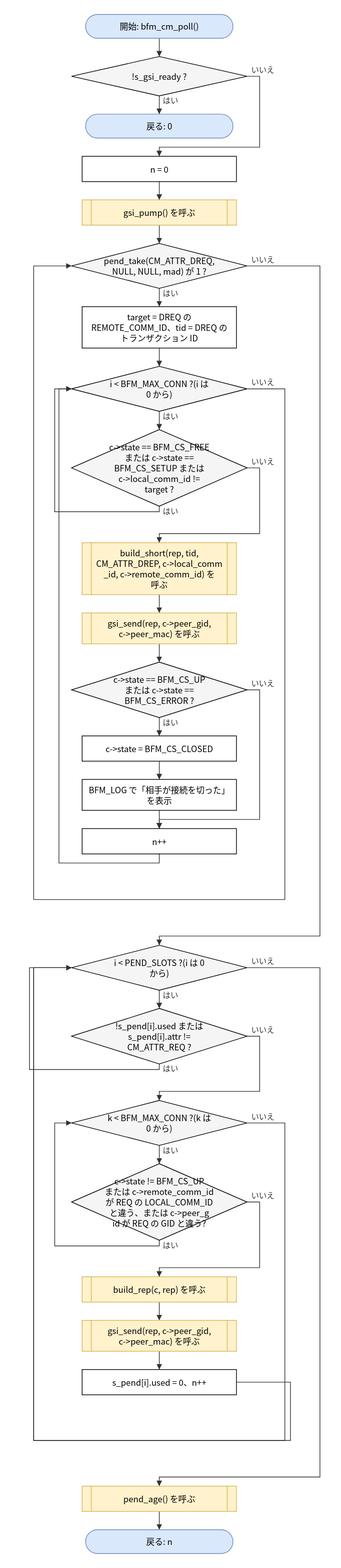
Before: doc/spec/images/flow_src_bfm_cm__bfm_cm_poll.drawio.svg, a diagram exported from draw.io (hf355051012-ai/bfmem). Source tidied: cells renumbered, new cells last; positions are measured from the earlier drawing's top-left corner, leaving out a move shared by most shapes.
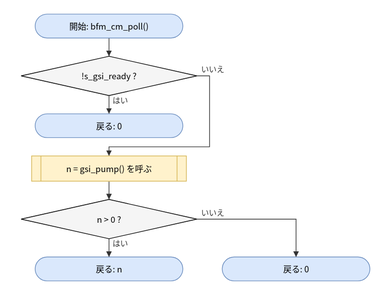
After the commit.

Change to the diagram source:
```diff
@@ -11,69 +11,18 @@
     <mxCell id="4" value="戻る: 0" style="rounded=1;arcSize=50;whiteSpace=wrap;html=1;fillColor=#dae8fc;strokeColor=#6c8ebf;" parent="1" vertex="1">
       <mxGeometry x="80" y="142" width="210" height="34" as="geometry" />
     </mxCell>
-    <mxCell id="5" value="n = 0" style="rounded=0;whiteSpace=wrap;html=1;" parent="1" vertex="1">
+    <mxCell id="5" value="n = gsi_pump() を呼ぶ" style="shape=process;whiteSpace=wrap;html=1;backgroundOutline=1;size=0.06;fillColor=#fff2cc;strokeColor=#d6b656;" parent="1" vertex="1">
       <mxGeometry x="75" y="202" width="220" height="36" as="geometry" />
     </mxCell>
-    <mxCell id="6" value="gsi_pump() を呼ぶ" style="shape=process;whiteSpace=wrap;html=1;backgroundOutline=1;size=0.06;fillColor=#fff2cc;strokeColor=#d6b656;" parent="1" vertex="1">
-      <mxGeometry x="75" y="264" width="220" height="36" as="geometry" />
+    <mxCell id="6" value="n &amp;gt; 0 ?" style="rhombus;whiteSpace=wrap;html=1;fillColor=#f5f5f5;" parent="1" vertex="1">
+      <mxGeometry x="60" y="264" width="250" height="56" as="geometry" />
     </mxCell>
-    <mxCell id="7" value="pend_take(CM_ATTR_DREQ,&lt;br&gt;NULL, NULL, mad) が 1 ?" style="rhombus;whiteSpace=wrap;html=1;fillColor=#f5f5f5;" parent="1" vertex="1">
-      <mxGeometry x="60" y="326" width="250" height="64" as="geometry" />
+    <mxCell id="7" value="戻る: n" style="rounded=1;arcSize=50;whiteSpace=wrap;html=1;fillColor=#dae8fc;strokeColor=#6c8ebf;" parent="1" vertex="1">
+      <mxGeometry x="80" y="346" width="210" height="34" as="geometry" />
     </mxCell>
-    <mxCell id="8" value="target = DREQ の&lt;br&gt;REMOTE_COMM_ID、tid = DREQ の&lt;br&gt;トランザクション ID" style="rounded=0;whiteSpace=wrap;html=1;" parent="1" vertex="1">
-      <mxGeometry x="75" y="416" width="220" height="59" as="geometry" />
+    <mxCell id="8" value="戻る: 0" style="rounded=1;arcSize=50;whiteSpace=wrap;html=1;fillColor=#dae8fc;strokeColor=#6c8ebf;" parent="1" vertex="1">
+      <mxGeometry x="346" y="346" width="210" height="34" as="geometry" />
     </mxCell>
-    <mxCell id="9" value="i &amp;lt; BFM_MAX_CONN ?(i は&lt;br&gt;0 から)" style="rhombus;whiteSpace=wrap;html=1;fillColor=#f5f5f5;" parent="1" vertex="1">
-      <mxGeometry x="60" y="501" width="250" height="64" as="geometry" />
-    </mxCell>
-    <mxCell id="10" value="c-&amp;gt;state == BFM_CS_FREE&lt;br&gt;または c-&amp;gt;state ==&lt;br&gt;BFM_CS_SETUP または&lt;br&gt;c-&amp;gt;local_comm_id !=&lt;br&gt;target ?" style="rhombus;whiteSpace=wrap;html=1;fillColor=#f5f5f5;" parent="1" vertex="1">
-      <mxGeometry x="60" y="591" width="250" height="109" as="geometry" />
-    </mxCell>
-    <mxCell id="11" value="build_short(rep, tid,&lt;br&gt;CM_ATTR_DREP, c-&amp;gt;local_comm&lt;br&gt;_id, c-&amp;gt;remote_comm_id) を&lt;br&gt;呼ぶ" style="shape=process;whiteSpace=wrap;html=1;backgroundOutline=1;size=0.06;fillColor=#fff2cc;strokeColor=#d6b656;" parent="1" vertex="1">
-      <mxGeometry x="75" y="752" width="220" height="74" as="geometry" />
-    </mxCell>
-    <mxCell id="12" value="gsi_send(rep, c-&amp;gt;peer_gid,&lt;br&gt;c-&amp;gt;peer_mac) を呼ぶ" style="shape=process;whiteSpace=wrap;html=1;backgroundOutline=1;size=0.06;fillColor=#fff2cc;strokeColor=#d6b656;" parent="1" vertex="1">
-      <mxGeometry x="75" y="852" width="220" height="44" as="geometry" />
-    </mxCell>
-    <mxCell id="13" value="c-&amp;gt;state == BFM_CS_UP&lt;br&gt;または c-&amp;gt;state ==&lt;br&gt;BFM_CS_ERROR ?" style="rhombus;whiteSpace=wrap;html=1;fillColor=#f5f5f5;" parent="1" vertex="1">
-      <mxGeometry x="60" y="922" width="250" height="79" as="geometry" />
-    </mxCell>
-    <mxCell id="14" value="c-&amp;gt;state = BFM_CS_CLOSED" style="rounded=0;whiteSpace=wrap;html=1;" parent="1" vertex="1">
-      <mxGeometry x="75" y="1027" width="220" height="36" as="geometry" />
-    </mxCell>
-    <mxCell id="15" value="BFM_LOG で「相手が接続を切った」&lt;br&gt;を表示" style="rounded=0;whiteSpace=wrap;html=1;" parent="1" vertex="1">
-      <mxGeometry x="75" y="1089" width="220" height="44" as="geometry" />
-    </mxCell>
-    <mxCell id="16" value="n++" style="rounded=0;whiteSpace=wrap;html=1;" parent="1" vertex="1">
-      <mxGeometry x="75" y="1159" width="220" height="36" as="geometry" />
-    </mxCell>
-    <mxCell id="17" value="i &amp;lt; PEND_SLOTS ?(i は 0&lt;br&gt;から)" style="rhombus;whiteSpace=wrap;html=1;fillColor=#f5f5f5;" parent="1" vertex="1">
-      <mxGeometry x="60" y="1325" width="250" height="64" as="geometry" />
-    </mxCell>
-    <mxCell id="18" value="!s_pend[i].used または&lt;br&gt;s_pend[i].attr !=&lt;br&gt;CM_ATTR_REQ ?" style="rhombus;whiteSpace=wrap;html=1;fillColor=#f5f5f5;" parent="1" vertex="1">
-      <mxGeometry x="60" y="1415" width="250" height="79" as="geometry" />
-    </mxCell>
-    <mxCell id="19" value="k &amp;lt; BFM_MAX_CONN ?(k は&lt;br&gt;0 から)" style="rhombus;whiteSpace=wrap;html=1;fillColor=#f5f5f5;" parent="1" vertex="1">
-      <mxGeometry x="60" y="1546" width="250" height="64" as="geometry" />
-    </mxCell>
-    <mxCell id="20" value="c-&amp;gt;state != BFM_CS_UP&lt;br&gt;または c-&amp;gt;remote_comm_id&lt;br&gt;が REQ の LOCAL_COMM_ID&lt;br&gt;と違う、または c-&amp;gt;peer_g&lt;br&gt;id が REQ の GID と違う?" style="rhombus;whiteSpace=wrap;html=1;fillColor=#f5f5f5;" parent="1" vertex="1">
-      <mxGeometry x="60" y="1636" width="250" height="109" as="geometry" />
-    </mxCell>
-    <mxCell id="21" value="build_rep(c, rep) を呼ぶ" style="shape=process;whiteSpace=wrap;html=1;backgroundOutline=1;size=0.06;fillColor=#fff2cc;strokeColor=#d6b656;" parent="1" vertex="1">
-      <mxGeometry x="75" y="1797" width="220" height="36" as="geometry" />
-    </mxCell>
-    <mxCell id="22" value="gsi_send(rep, c-&amp;gt;peer_gid,&lt;br&gt;c-&amp;gt;peer_mac) を呼ぶ" style="shape=process;whiteSpace=wrap;html=1;backgroundOutline=1;size=0.06;fillColor=#fff2cc;strokeColor=#d6b656;" parent="1" vertex="1">
-      <mxGeometry x="75" y="1859" width="220" height="44" as="geometry" />
-    </mxCell>
-    <mxCell id="23" value="s_pend[i].used = 0、n++" style="rounded=0;whiteSpace=wrap;html=1;" parent="1" vertex="1">
-      <mxGeometry x="75" y="1929" width="220" height="36" as="geometry" />
-    </mxCell>
-    <mxCell id="24" value="pend_age() を呼ぶ" style="shape=process;whiteSpace=wrap;html=1;backgroundOutline=1;size=0.06;fillColor=#fff2cc;strokeColor=#d6b656;" parent="1" vertex="1">
-      <mxGeometry x="75" y="2095" width="220" height="36" as="geometry" />
-    </mxCell>
-    <mxCell id="25" value="戻る: n" style="rounded=1;arcSize=50;whiteSpace=wrap;html=1;fillColor=#dae8fc;strokeColor=#6c8ebf;" parent="1" vertex="1">
-      <mxGeometry x="80" y="2157" width="210" height="34" as="geometry" />
-    </mxCell>
     <mxCell id="26" style="edgeStyle=none;html=1;rounded=0;endArrow=block;endFill=1;exitX=0.5000;exitY=1.0000;exitDx=0;exitDy=0;exitPerimeter=0;entryX=0.5000;entryY=0.0000;entryDx=0;entryDy=0;entryPerimeter=0;" parent="1" edge="1" source="2" target="3">
       <mxGeometry relative="1" as="geometry" />
     </mxCell>
@@ -92,167 +41,15 @@
     <mxCell id="29" style="edgeStyle=none;html=1;rounded=0;endArrow=block;endFill=1;exitX=0.5000;exitY=1.0000;exitDx=0;exitDy=0;exitPerimeter=0;entryX=0.5000;entryY=0.0000;entryDx=0;entryDy=0;entryPerimeter=0;" parent="1" edge="1" source="5" target="6">
       <mxGeometry relative="1" as="geometry" />
     </mxCell>
-    <mxCell id="30" style="edgeStyle=none;html=1;rounded=0;endArrow=block;endFill=1;exitX=0.5000;exitY=1.0000;exitDx=0;exitDy=0;exitPerimeter=0;entryX=0.5000;entryY=0.0000;entryDx=0;entryDy=0;entryPerimeter=0;" parent="1" edge="1" source="6" target="7">
+    <mxCell id="30" value="はい" style="edgeStyle=none;html=1;rounded=0;endArrow=block;endFill=1;exitX=0.5000;exitY=1.0000;exitDx=0;exitDy=0;exitPerimeter=0;entryX=0.5000;entryY=0.0000;entryDx=0;entryDy=0;entryPerimeter=0;" parent="1" edge="1" source="6" target="7">
       <mxGeometry relative="1" as="geometry" />
     </mxCell>
-    <mxCell id="31" value="はい" style="edgeStyle=none;html=1;rounded=0;endArrow=block;endFill=1;exitX=0.5000;exitY=1.0000;exitDx=0;exitDy=0;exitPerimeter=0;entryX=0.5000;entryY=0.0000;entryDx=0;entryDy=0;entryPerimeter=0;" parent="1" edge="1" source="7" target="8">
-      <mxGeometry relative="1" as="geometry" />
+    <mxCell id="31" value="いいえ" style="edgeStyle=none;html=1;rounded=0;endArrow=block;endFill=1;exitX=1.0000;exitY=0.5000;exitDx=0;exitDy=0;exitPerimeter=0;entryX=0.5000;entryY=0.0000;entryDx=0;entryDy=0;entryPerimeter=0;" parent="1" edge="1" source="6" target="8">
+      <mxGeometry relative="1" as="geometry">
+        <Array as="points">
+          <mxPoint x="451" y="292" />
+        </Array>
+      </mxGeometry>
     </mxCell>
-    <mxCell id="32" style="edgeStyle=none;html=1;rounded=0;endArrow=block;endFill=1;exitX=0.5000;exitY=1.0000;exitDx=0;exitDy=0;exitPerimeter=0;entryX=0.5000;entryY=0.0000;entryDx=0;entryDy=0;entryPerimeter=0;" parent="1" edge="1" source="8" target="9">
-      <mxGeometry relative="1" as="geometry" />
-    </mxCell>
-    <mxCell id="33" value="はい" style="edgeStyle=none;html=1;rounded=0;endArrow=block;endFill=1;exitX=0.5000;exitY=1.0000;exitDx=0;exitDy=0;exitPerimeter=0;entryX=0.5000;entryY=0.0000;entryDx=0;entryDy=0;entryPerimeter=0;" parent="1" edge="1" source="9" target="10">
-      <mxGeometry relative="1" as="geometry" />
-    </mxCell>
-    <mxCell id="34" value="いいえ" style="edgeStyle=none;html=1;rounded=0;endArrow=block;endFill=1;exitX=1.0000;exitY=0.5000;exitDx=0;exitDy=0;exitPerimeter=0;entryX=0.5000;entryY=0.0000;entryDx=0;entryDy=0;entryPerimeter=0;" parent="1" edge="1" source="10" target="11">
-      <mxGeometry relative="1" as="geometry">
-        <Array as="points">
-          <mxPoint x="328" y="645.5" />
-          <mxPoint x="328" y="739" />
-          <mxPoint x="185" y="739" />
-        </Array>
-      </mxGeometry>
-    </mxCell>
-    <mxCell id="35" style="edgeStyle=none;html=1;rounded=0;endArrow=block;endFill=1;exitX=0.5000;exitY=1.0000;exitDx=0;exitDy=0;exitPerimeter=0;entryX=0.5000;entryY=0.0000;entryDx=0;entryDy=0;entryPerimeter=0;" parent="1" edge="1" source="11" target="12">
-      <mxGeometry relative="1" as="geometry" />
-    </mxCell>
-    <mxCell id="36" style="edgeStyle=none;html=1;rounded=0;endArrow=block;endFill=1;exitX=0.5000;exitY=1.0000;exitDx=0;exitDy=0;exitPerimeter=0;entryX=0.5000;entryY=0.0000;entryDx=0;entryDy=0;entryPerimeter=0;" parent="1" edge="1" source="12" target="13">
-      <mxGeometry relative="1" as="geometry" />
-    </mxCell>
-    <mxCell id="37" value="はい" style="edgeStyle=none;html=1;rounded=0;endArrow=block;endFill=1;exitX=0.5000;exitY=1.0000;exitDx=0;exitDy=0;exitPerimeter=0;entryX=0.5000;entryY=0.0000;entryDx=0;entryDy=0;entryPerimeter=0;" parent="1" edge="1" source="13" target="14">
-      <mxGeometry relative="1" as="geometry" />
-    </mxCell>
-    <mxCell id="38" style="edgeStyle=none;html=1;rounded=0;endArrow=block;endFill=1;exitX=0.5000;exitY=1.0000;exitDx=0;exitDy=0;exitPerimeter=0;entryX=0.5000;entryY=0.0000;entryDx=0;entryDy=0;entryPerimeter=0;" parent="1" edge="1" source="14" target="15">
-      <mxGeometry relative="1" as="geometry" />
-    </mxCell>
-    <mxCell id="39" style="edgeStyle=none;html=1;rounded=0;endArrow=block;endFill=1;exitX=0.5000;exitY=1.0000;exitDx=0;exitDy=0;exitPerimeter=0;entryX=0.5000;entryY=0.0000;entryDx=0;entryDy=0;entryPerimeter=0;" parent="1" edge="1" source="15" target="16">
-      <mxGeometry relative="1" as="geometry" />
-    </mxCell>
-    <mxCell id="40" value="いいえ" style="edgeStyle=none;html=1;rounded=0;endArrow=block;endFill=1;exitX=1.0000;exitY=0.5000;exitDx=0;exitDy=0;exitPerimeter=0;entryX=0.5000;entryY=0.0000;entryDx=0;entryDy=0;entryPerimeter=0;" parent="1" edge="1" source="13" target="16">
-      <mxGeometry relative="1" as="geometry">
-        <Array as="points">
-          <mxPoint x="328" y="961.5" />
-          <mxPoint x="328" y="1146" />
-          <mxPoint x="185" y="1146" />
-        </Array>
-      </mxGeometry>
-    </mxCell>
-    <mxCell id="41" style="edgeStyle=none;html=1;rounded=0;endArrow=block;endFill=1;exitX=0.5000;exitY=1.0000;exitDx=0;exitDy=0;exitPerimeter=0;entryX=0.0000;entryY=0.5000;entryDx=0;entryDy=0;entryPerimeter=0;" parent="1" edge="1" source="16" target="9">
-      <mxGeometry relative="1" as="geometry">
-        <Array as="points">
-          <mxPoint x="185" y="1208" />
-          <mxPoint x="42" y="1208" />
-          <mxPoint x="42" y="533" />
-        </Array>
-      </mxGeometry>
-    </mxCell>
-    <mxCell id="42" value="はい" style="edgeStyle=none;html=1;rounded=0;endArrow=block;endFill=1;exitX=0.5000;exitY=1.0000;exitDx=0;exitDy=0;exitPerimeter=0;entryX=0.0000;entryY=0.5000;entryDx=0;entryDy=0;entryPerimeter=0;" parent="1" edge="1" source="10" target="9">
-      <mxGeometry relative="1" as="geometry">
-        <Array as="points">
-          <mxPoint x="185" y="708" />
-          <mxPoint x="36" y="708" />
-          <mxPoint x="36" y="533" />
-        </Array>
-      </mxGeometry>
-    </mxCell>
-    <mxCell id="43" value="いいえ" style="edgeStyle=none;html=1;rounded=0;endArrow=block;endFill=1;exitX=1.0000;exitY=0.5000;exitDx=0;exitDy=0;exitPerimeter=0;entryX=0.0000;entryY=0.5000;entryDx=0;entryDy=0;entryPerimeter=0;" parent="1" edge="1" source="9" target="7">
-      <mxGeometry relative="1" as="geometry">
-        <Array as="points">
-          <mxPoint x="364" y="533" />
-          <mxPoint x="364" y="1260" />
-          <mxPoint x="6" y="1260" />
-          <mxPoint x="6" y="358" />
-        </Array>
-      </mxGeometry>
-    </mxCell>
-    <mxCell id="44" value="いいえ" style="edgeStyle=none;html=1;rounded=0;endArrow=block;endFill=1;exitX=1.0000;exitY=0.5000;exitDx=0;exitDy=0;exitPerimeter=0;entryX=0.5000;entryY=0.0000;entryDx=0;entryDy=0;entryPerimeter=0;" parent="1" edge="1" source="7" target="17">
-      <mxGeometry relative="1" as="geometry">
-        <Array as="points">
-          <mxPoint x="414" y="358" />
-          <mxPoint x="414" y="1312" />
-          <mxPoint x="185" y="1312" />
-        </Array>
-      </mxGeometry>
-    </mxCell>
-    <mxCell id="45" value="はい" style="edgeStyle=none;html=1;rounded=0;endArrow=block;endFill=1;exitX=0.5000;exitY=1.0000;exitDx=0;exitDy=0;exitPerimeter=0;entryX=0.5000;entryY=0.0000;entryDx=0;entryDy=0;entryPerimeter=0;" parent="1" edge="1" source="17" target="18">
-      <mxGeometry relative="1" as="geometry" />
-    </mxCell>
-    <mxCell id="46" value="いいえ" style="edgeStyle=none;html=1;rounded=0;endArrow=block;endFill=1;exitX=1.0000;exitY=0.5000;exitDx=0;exitDy=0;exitPerimeter=0;entryX=0.5000;entryY=0.0000;entryDx=0;entryDy=0;entryPerimeter=0;" parent="1" edge="1" source="18" target="19">
-      <mxGeometry relative="1" as="geometry">
-        <Array as="points">
-          <mxPoint x="328" y="1454.5" />
-          <mxPoint x="328" y="1533" />
-          <mxPoint x="185" y="1533" />
-        </Array>
-      </mxGeometry>
-    </mxCell>
-    <mxCell id="47" value="はい" style="edgeStyle=none;html=1;rounded=0;endArrow=block;endFill=1;exitX=0.5000;exitY=1.0000;exitDx=0;exitDy=0;exitPerimeter=0;entryX=0.5000;entryY=0.0000;entryDx=0;entryDy=0;entryPerimeter=0;" parent="1" edge="1" source="19" target="20">
-      <mxGeometry relative="1" as="geometry" />
-    </mxCell>
-    <mxCell id="48" value="いいえ" style="edgeStyle=none;html=1;rounded=0;endArrow=block;endFill=1;exitX=1.0000;exitY=0.5000;exitDx=0;exitDy=0;exitPerimeter=0;entryX=0.5000;entryY=0.0000;entryDx=0;entryDy=0;entryPerimeter=0;" parent="1" edge="1" source="20" target="21">
-      <mxGeometry relative="1" as="geometry">
-        <Array as="points">
-          <mxPoint x="328" y="1690.5" />
-          <mxPoint x="328" y="1784" />
-          <mxPoint x="185" y="1784" />
-        </Array>
-      </mxGeometry>
-    </mxCell>
-    <mxCell id="49" style="edgeStyle=none;html=1;rounded=0;endArrow=block;endFill=1;exitX=0.5000;exitY=1.0000;exitDx=0;exitDy=0;exitPerimeter=0;entryX=0.5000;entryY=0.0000;entryDx=0;entryDy=0;entryPerimeter=0;" parent="1" edge="1" source="21" target="22">
-      <mxGeometry relative="1" as="geometry" />
-    </mxCell>
-    <mxCell id="50" style="edgeStyle=none;html=1;rounded=0;endArrow=block;endFill=1;exitX=0.5000;exitY=1.0000;exitDx=0;exitDy=0;exitPerimeter=0;entryX=0.5000;entryY=0.0000;entryDx=0;entryDy=0;entryPerimeter=0;" parent="1" edge="1" source="22" target="23">
-      <mxGeometry relative="1" as="geometry" />
-    </mxCell>
-    <mxCell id="51" value="はい" style="edgeStyle=none;html=1;rounded=0;endArrow=block;endFill=1;exitX=0.5000;exitY=1.0000;exitDx=0;exitDy=0;exitPerimeter=0;entryX=0.0000;entryY=0.5000;entryDx=0;entryDy=0;entryPerimeter=0;" parent="1" edge="1" source="20" target="19">
-      <mxGeometry relative="1" as="geometry">
-        <Array as="points">
-          <mxPoint x="185" y="1753" />
-          <mxPoint x="36" y="1753" />
-          <mxPoint x="36" y="1578" />
-        </Array>
-      </mxGeometry>
-    </mxCell>
-    <mxCell id="52" value="いいえ" style="edgeStyle=none;html=1;rounded=0;endArrow=block;endFill=1;exitX=1.0000;exitY=0.5000;exitDx=0;exitDy=0;exitPerimeter=0;entryX=0.0000;entryY=0.5000;entryDx=0;entryDy=0;entryPerimeter=0;" parent="1" edge="1" source="19" target="17">
-      <mxGeometry relative="1" as="geometry">
-        <Array as="points">
-          <mxPoint x="364" y="1578" />
-          <mxPoint x="364" y="2030" />
-          <mxPoint x="6" y="2030" />
-          <mxPoint x="6" y="1357" />
-        </Array>
-      </mxGeometry>
-    </mxCell>
-    <mxCell id="53" style="edgeStyle=none;html=1;rounded=0;endArrow=block;endFill=1;exitX=1.0000;exitY=0.5000;exitDx=0;exitDy=0;exitPerimeter=0;entryX=0.0000;entryY=0.5000;entryDx=0;entryDy=0;entryPerimeter=0;" parent="1" edge="1" source="23" target="17">
-      <mxGeometry relative="1" as="geometry">
-        <Array as="points">
-          <mxPoint x="372" y="1947" />
-          <mxPoint x="372" y="2030" />
-          <mxPoint x="6" y="2030" />
-          <mxPoint x="6" y="1357" />
-        </Array>
-      </mxGeometry>
-    </mxCell>
-    <mxCell id="54" value="はい" style="edgeStyle=none;html=1;rounded=0;endArrow=block;endFill=1;exitX=0.5000;exitY=1.0000;exitDx=0;exitDy=0;exitPerimeter=0;entryX=0.0000;entryY=0.5000;entryDx=0;entryDy=0;entryPerimeter=0;" parent="1" edge="1" source="18" target="17">
-      <mxGeometry relative="1" as="geometry">
-        <Array as="points">
-          <mxPoint x="185" y="1502" />
-          <mxPoint y="1502" />
-          <mxPoint y="1357" />
-        </Array>
-      </mxGeometry>
-    </mxCell>
-    <mxCell id="55" value="いいえ" style="edgeStyle=none;html=1;rounded=0;endArrow=block;endFill=1;exitX=1.0000;exitY=0.5000;exitDx=0;exitDy=0;exitPerimeter=0;entryX=0.5000;entryY=0.0000;entryDx=0;entryDy=0;entryPerimeter=0;" parent="1" edge="1" source="17" target="24">
-      <mxGeometry relative="1" as="geometry">
-        <Array as="points">
-          <mxPoint x="414" y="1357" />
-          <mxPoint x="414" y="2082" />
-          <mxPoint x="185" y="2082" />
-        </Array>
-      </mxGeometry>
-    </mxCell>
-    <mxCell id="56" style="edgeStyle=none;html=1;rounded=0;endArrow=block;endFill=1;exitX=0.5000;exitY=1.0000;exitDx=0;exitDy=0;exitPerimeter=0;entryX=0.5000;entryY=0.0000;entryDx=0;entryDy=0;entryPerimeter=0;" parent="1" edge="1" source="24" target="25">
-      <mxGeometry relative="1" as="geometry" />
-    </mxCell>
   </root>
 </mxGraphModel>
```
